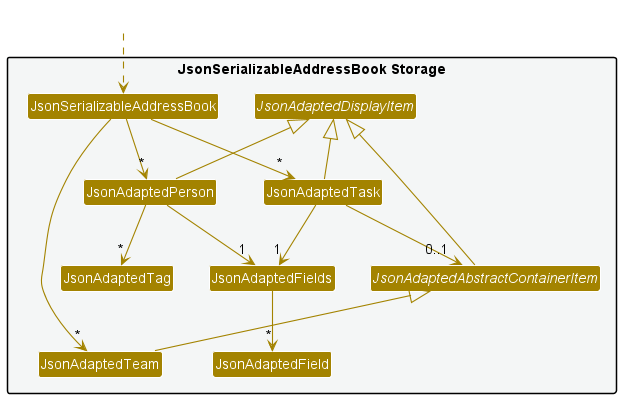
nus-cs2103-AY2223S1/tp keeps this PlantUML diagram as docs/images/StorageJsonSerializableAddressBookClassDiagram.png. Above is the earlier version.
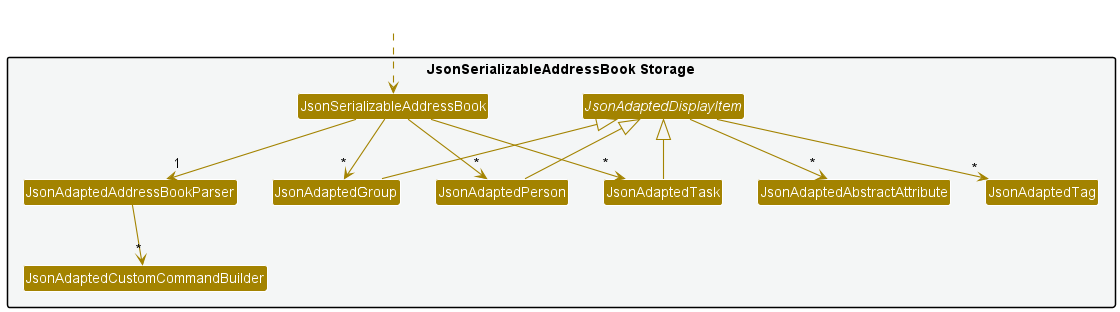
Later version of the same file.

Commit message:
Make changes to storage description in developer guide

The edit, as a diff of the source:
```diff
@@ -6,14 +6,14 @@
 
 package "JsonSerializableAddressBook Storage" #F4F6F6{
 Class JsonSerializableAddressBook
-abstract Class JsonAdaptedAbstractContainerItem
+Class JsonAdaptedAddressBookParser
+Class JsonAdaptedCustomCommandBuilder
 abstract Class JsonAdaptedDisplayItem
+Class JsonAdaptedAbstractAttribute
 Class JsonAdaptedPerson
 Class JsonAdaptedTask
-Class JsonAdaptedTeam
+Class JsonAdaptedGroup
 Class JsonAdaptedTag
-Class JsonAdaptedFields
-Class JsonAdaptedField
 }
 
 Class HiddenOutside #FFFFFF
@@ -21,15 +21,13 @@
 
 JsonSerializableAddressBook --> "*" JsonAdaptedPerson
 JsonSerializableAddressBook --> "*" JsonAdaptedTask
-JsonSerializableAddressBook --> "*" JsonAdaptedTeam
+JsonSerializableAddressBook --> "*" JsonAdaptedGroup
+JsonSerializableAddressBook --> "1" JsonAdaptedAddressBookParser
 JsonAdaptedPerson -up-|> JsonAdaptedDisplayItem
 JsonAdaptedTask -up-|> JsonAdaptedDisplayItem
-JsonAdaptedTask --> "1" JsonAdaptedFields
-JsonAdaptedTask --> "0..1" JsonAdaptedAbstractContainerItem
-JsonAdaptedTeam -up-|> JsonAdaptedAbstractContainerItem
-JsonAdaptedAbstractContainerItem -up-|> JsonAdaptedDisplayItem
-JsonAdaptedPerson --> "*" JsonAdaptedTag
-JsonAdaptedPerson --> "1" JsonAdaptedFields
-JsonAdaptedFields --> "*" JsonAdaptedField
+JsonAdaptedGroup -up-|> JsonAdaptedDisplayItem
+JsonAdaptedAddressBookParser --> "*" JsonAdaptedCustomCommandBuilder
+JsonAdaptedDisplayItem --> "*" JsonAdaptedAbstractAttribute
+JsonAdaptedDisplayItem --> "*" JsonAdaptedTag
 
 @enduml
```
